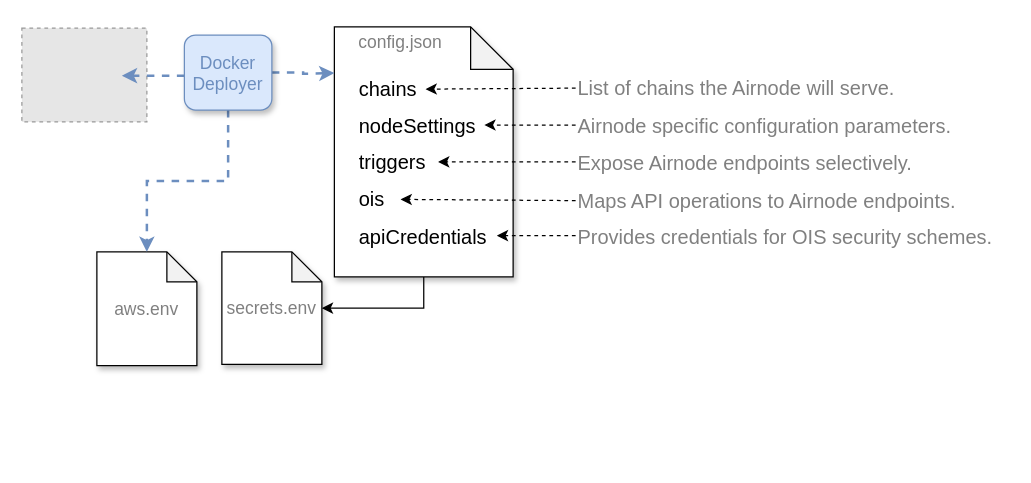
api3dao/old-api3-docs keeps this draw.io diagram as docs/airnode/v0.3/assets/diagrams/config-json.drawio. Above is the earlier version. Source tidied: cells renumbered, new cells numbered last; positions are measured from the earlier drawing's top-left corner, leaving out a move shared by most shapes. Both pictures are drawn from the tidied source at 125%, with x=0, y=0 at pixel (21, 26). Pictures stored in the file or linked from it are replaced by grey dashed boxes.
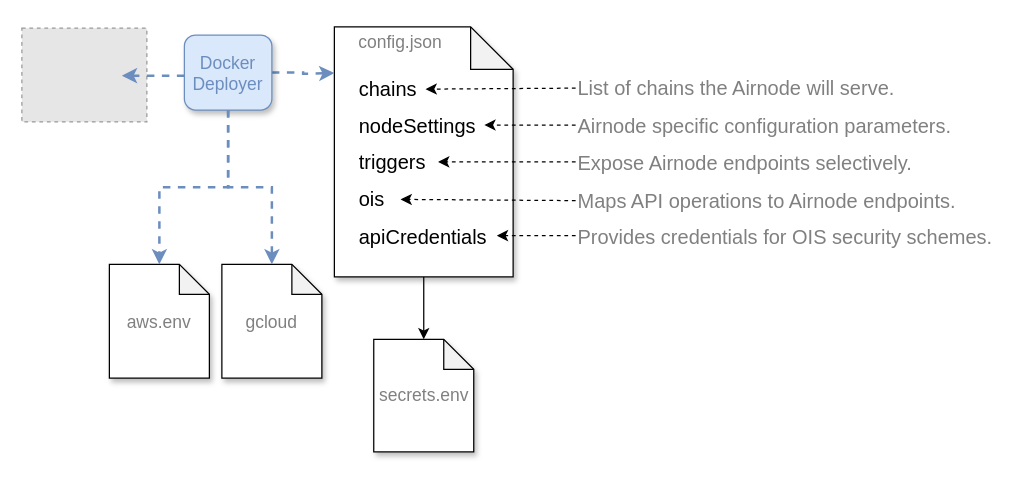
Above is the later version.

Commit message (it also covers changes not shown here):
Update the image for configure-airnode.md to include gcloud.

Unchanged cells that the change refers to:
```xml
<mxCell id="26" value="&lt;font style=&quot;font-size: 14px&quot; color=&quot;#6c8ebf&quot;&gt;Docker&lt;br&gt;Deployer&lt;/font&gt;" style="rounded=1;whiteSpace=wrap;html=1;shadow=1;fillColor=#dae8fc;strokeColor=#6c8ebf;" parent="1" vertex="1">
  <mxGeometry x="130" y="6.5" width="70" height="60" as="geometry" />
</mxCell>
```

Diff of the diagram source:
```diff
@@
     <mxCell id="8" value="&lt;span style=&quot;color: rgb(128 , 128 , 128)&quot;&gt;secrets.env&lt;/span&gt;" style="shape=note;whiteSpace=wrap;html=1;backgroundOutline=1;darkOpacity=0.05;fontSize=14;size=24;shadow=1;" parent="1" vertex="1">
-      <mxGeometry x="160" y="180" width="80" height="90" as="geometry" />
+      <mxGeometry x="281.5" y="250" width="80" height="90" as="geometry" />
     </mxCell>
@@
     <mxCell id="22" value="&lt;font style=&quot;font-size: 14px&quot; color=&quot;#808080&quot;&gt;aws.env&lt;/font&gt;" style="shape=note;whiteSpace=wrap;html=1;backgroundOutline=1;darkOpacity=0.05;size=24;shadow=1;" parent="1" vertex="1">
-      <mxGeometry x="60" y="180" width="80" height="91" as="geometry" />
+      <mxGeometry x="70" y="190" width="80" height="91" as="geometry" />
     </mxCell>
@@
+    <mxCell id="27" value="&lt;font style=&quot;font-size: 14px&quot; color=&quot;#808080&quot;&gt;gcloud&lt;/font&gt;" style="shape=note;whiteSpace=wrap;html=1;backgroundOutline=1;darkOpacity=0.05;size=24;shadow=1;" parent="1" vertex="1">
+      <mxGeometry x="160" y="190" width="80" height="91" as="geometry" />
+    </mxCell>
+    <mxCell id="28" style="edgeStyle=orthogonalEdgeStyle;rounded=0;jettySize=auto;html=1;dashed=1;strokeColor=#6C8EBF;strokeWidth=2;fontColor=#6C8EBF;exitX=0.5;exitY=1;exitDx=0;exitDy=0;" parent="1" edge="1" source="26" target="27">
+      <mxGeometry relative="1" as="geometry" />
+    </mxCell>
```
